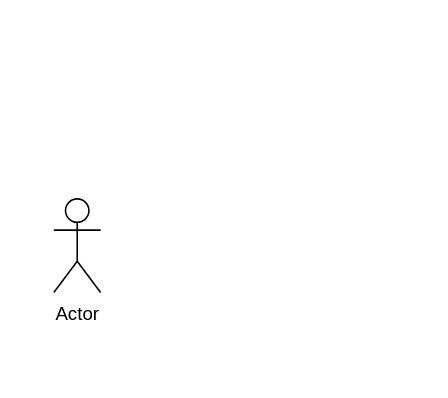
Earlier version of the draw.io diagram shitttt.drawio (Ly-Tien-Dat/doantt). Source tidied: cells renumbered, new cells numbered last; positions are measured from the earlier drawing's top-left corner, leaving out a move shared by most shapes. Both pictures are drawn from the tidied source at 156%, with x=0, y=0 at pixel (53, 198).
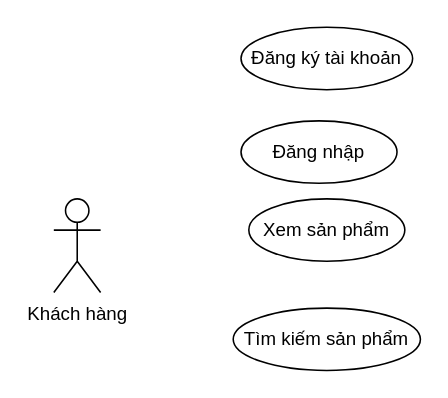
The same page after the edit.

Commit message (it also covers changes not shown here):
Cập nhật shitttt.drawio

Diff of the diagram source:
```diff
@@
 <mxGraphModel>
   <root>
     <mxCell id="0" />
     <mxCell id="1" parent="0" />
-    <mxCell id="2" value="Actor" style="shape=umlActor;verticalLabelPosition=bottom;verticalAlign=top;html=1;" parent="1" vertex="1">
+    <mxCell id="2" value="Khách hàng" style="shape=umlActor;verticalLabelPosition=bottom;verticalAlign=top;html=1;" parent="1" vertex="1">
       <mxGeometry width="30" height="60" as="geometry" />
     </mxCell>
+    <mxCell id="3" value="Đăng nhập" style="ellipse;whiteSpace=wrap;html=1;" parent="1" vertex="1">
+      <mxGeometry x="120" y="-50" width="100" height="40" as="geometry" />
+    </mxCell>
+    <mxCell id="4" value="Đăng ký tài khoản" style="ellipse;whiteSpace=wrap;html=1;" parent="1" vertex="1">
+      <mxGeometry x="120" y="-110" width="110" height="40" as="geometry" />
+    </mxCell>
+    <mxCell id="5" value="Xem sản phẩm" style="ellipse;whiteSpace=wrap;html=1;" parent="1" vertex="1">
+      <mxGeometry x="125" width="100" height="40" as="geometry" />
+    </mxCell>
+    <mxCell id="6" value="Tìm kiếm sản phẩm" style="ellipse;whiteSpace=wrap;html=1;" parent="1" vertex="1">
+      <mxGeometry x="115" y="70" width="120" height="40" as="geometry" />
+    </mxCell>
   </root>
 </mxGraphModel>
```
